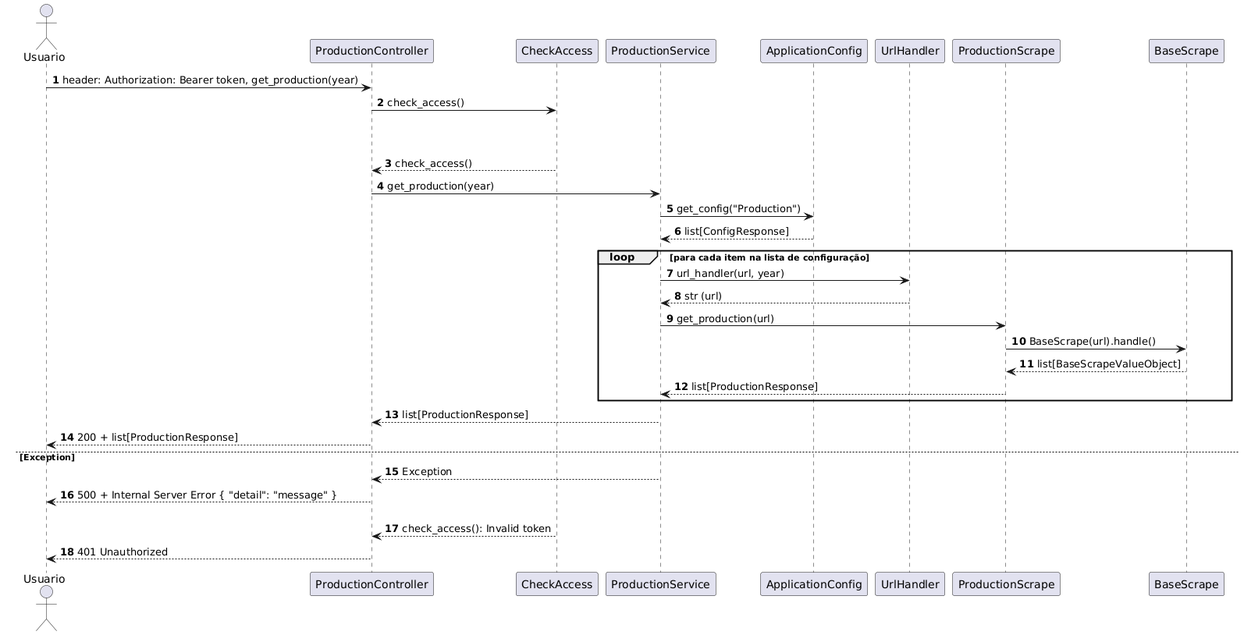
Earlier version of the PlantUML export app/architecture_diagrams/sequence_endpoint_production.png (henriquecomp/vinicultura).
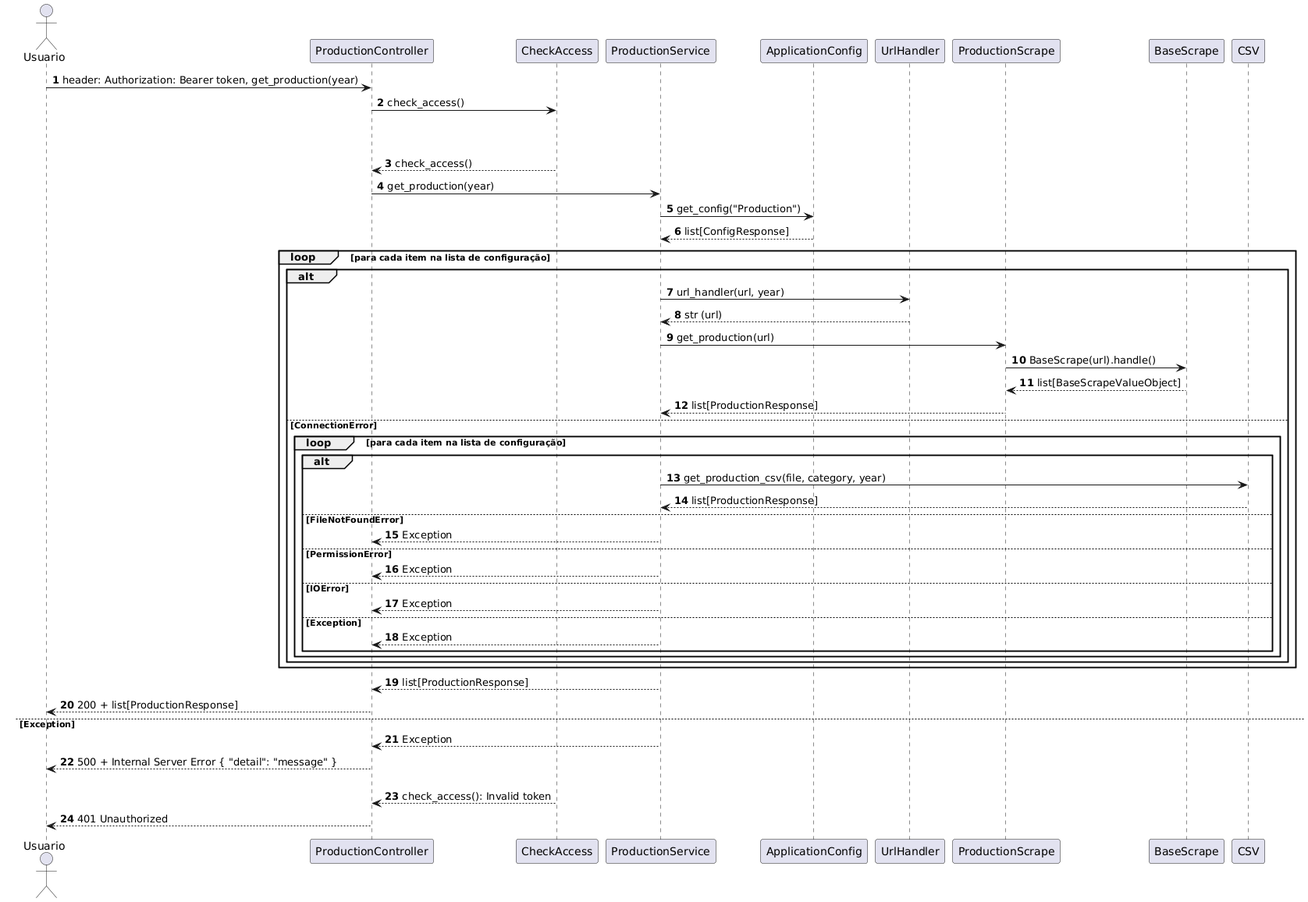
After the commit.

What changed in the source:
```diff
@@ -19,12 +19,29 @@
         Application -> Config: get_config("Production")
         Config --> Application: list[ConfigResponse]
         loop para cada item na lista de configuração
-            Application -> UrlHandler: url_handler(url, year)
-            UrlHandler --> Application: str (url)
-            Application -> Scrape: get_production(url)
-            Scrape -> BaseScrape: BaseScrape(url).handle()
-            BaseScrape --> Scrape: list[BaseScrapeValueObject]
-            Scrape --> Application: list[ProductionResponse]
+            alt
+                Application -> UrlHandler: url_handler(url, year)
+                UrlHandler --> Application: str (url)
+                Application -> Scrape: get_production(url)
+                Scrape -> BaseScrape: BaseScrape(url).handle()
+                BaseScrape --> Scrape: list[BaseScrapeValueObject]
+                Scrape --> Application: list[ProductionResponse]
+            else ConnectionError
+                loop para cada item na lista de configuração
+                    alt
+                        Application -> CSV : get_production_csv(file, category, year)
+                        CSV --> Application : list[ProductionResponse]
+                    else FileNotFoundError
+                        Application --> Controller : Exception
+                    else PermissionError
+                        Application --> Controller : Exception
+                    else IOError
+                        Application --> Controller : Exception
+                    else Exception
+                        Application --> Controller : Exception
+                    end
+                end
+            end
         end
         Application --> Controller: list[ProductionResponse]
         Controller --> Usuario: 200 + list[ProductionResponse]
```
